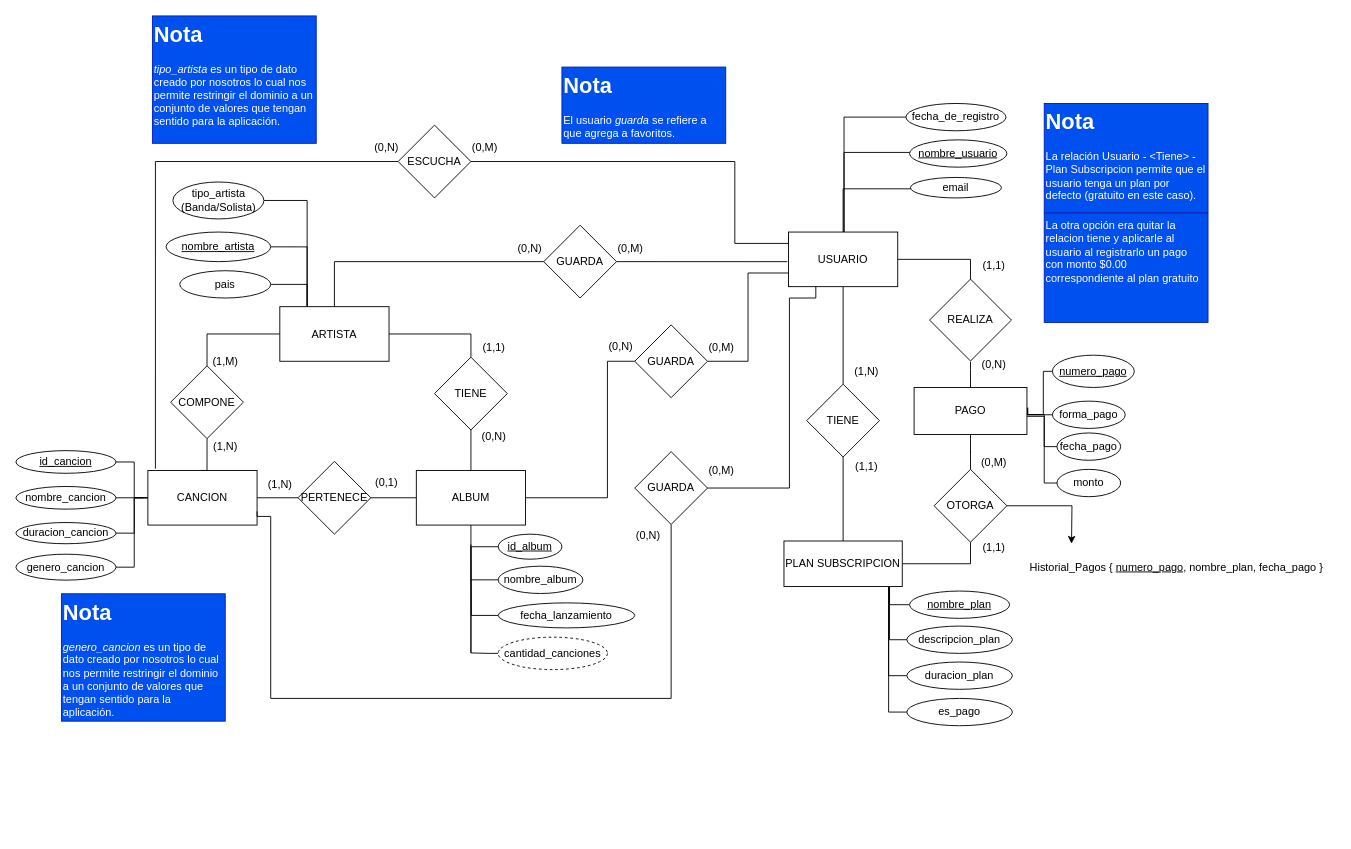
The draw.io diagram TP_Musica.drawio in NachoSco/TP_BDD, before the edit. Source tidied: cells renumbered, new cells numbered last; positions are measured from the earlier drawing's top-left corner, leaving out a move shared by most shapes. Both pictures are drawn from the tidied source at 91%, with x=0, y=0 at pixel (15, 15).
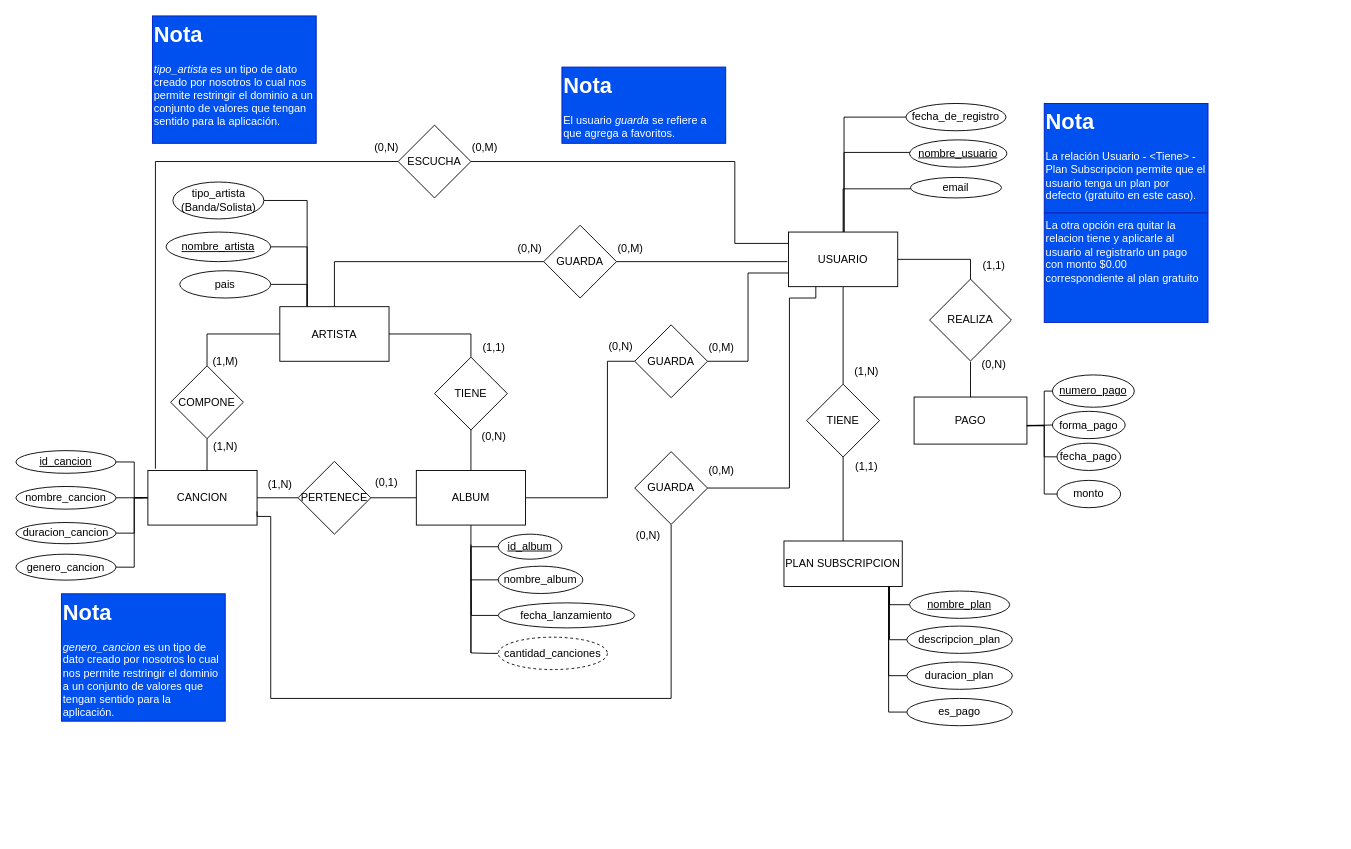
The same page after the edit.

Commit message:
Actualizado DER

The change refers to these unchanged cells:
```xml
<mxCell id="19" value="PLAN SUBSCRIPCION" style="rounded=0;whiteSpace=wrap;html=1;" parent="1" vertex="1">
  <mxGeometry x="844" y="577" width="130" height="50" as="geometry" />
</mxCell>
```

The edit, as a diff of the source:
```diff
@@
-    <mxCell id="14" style="edgeStyle=orthogonalEdgeStyle;rounded=0;jettySize=auto;html=1;entryX=0.5;entryY=1;entryDx=0;entryDy=0;endArrow=none;startFill=0;" parent="1" edge="1" source="19" target="58">
-      <mxGeometry relative="1" as="geometry" />
-    </mxCell>
@@
     <mxCell id="20" style="edgeStyle=orthogonalEdgeStyle;rounded=0;jettySize=auto;html=1;entryX=0;entryY=0.5;entryDx=0;entryDy=0;endArrow=none;startFill=0;" parent="1" edge="1" target="28">
       <mxGeometry relative="1" as="geometry">
         <mxPoint x="1109" y="438.2" as="sourcePoint" />
         <Array as="points">
-          <mxPoint x="1129" y="438.3" />
-          <mxPoint x="1129" y="390.3" />
-          <mxPoint x="1139" y="390.3" />
+          <mxPoint x="1109" y="450" />
+          <mxPoint x="1130" y="450" />
+          <mxPoint x="1130" y="412" />
+          <mxPoint x="1139" y="412" />
         </Array>
       </mxGeometry>
     </mxCell>
@@
     <mxCell id="22" style="edgeStyle=orthogonalEdgeStyle;rounded=0;jettySize=auto;html=1;entryX=0;entryY=0.5;entryDx=0;entryDy=0;endArrow=none;startFill=0;" parent="1" edge="1" source="23" target="107">
       <mxGeometry relative="1" as="geometry">
         <Array as="points">
-          <mxPoint x="1130" y="440" />
-          <mxPoint x="1130" y="513" />
+          <mxPoint x="1130" y="450" />
+          <mxPoint x="1130" y="525" />
+          <mxPoint x="1144" y="525" />
         </Array>
       </mxGeometry>
     </mxCell>
     <mxCell id="23" value="PAGO" style="rounded=0;whiteSpace=wrap;html=1;" parent="1" vertex="1">
-      <mxGeometry x="987" y="408.3" width="124" height="51.7" as="geometry" />
+      <mxGeometry x="987" y="418.8" width="124" height="51.7" as="geometry" />
     </mxCell>
@@
     <mxCell id="28" value="&lt;u&gt;numero_pago&lt;/u&gt;" style="ellipse;whiteSpace=wrap;html=1;" parent="1" vertex="1">
-      <mxGeometry x="1139" y="372.8" width="90" height="35.5" as="geometry" />
+      <mxGeometry x="1139" y="394.5" width="90" height="35.5" as="geometry" />
     </mxCell>
     <mxCell id="29" value="forma_pago" style="ellipse;whiteSpace=wrap;html=1;" parent="1" vertex="1">
-      <mxGeometry x="1139" y="423.3" width="80" height="30" as="geometry" />
+      <mxGeometry x="1139" y="434.5" width="80" height="30" as="geometry" />
     </mxCell>
@@
-    <mxCell id="56" style="edgeStyle=orthogonalEdgeStyle;rounded=0;jettySize=auto;html=1;entryX=0.5;entryY=1;entryDx=0;entryDy=0;endArrow=none;startFill=0;" parent="1" edge="1" source="58" target="23">
-      <mxGeometry relative="1" as="geometry" />
-    </mxCell>
-    <mxCell id="57" style="edgeStyle=orthogonalEdgeStyle;rounded=0;jettySize=auto;html=1;" parent="1" edge="1" source="58">
-      <mxGeometry relative="1" as="geometry">
-        <mxPoint x="1160" y="580" as="targetPoint" />
-      </mxGeometry>
-    </mxCell>
-    <mxCell id="58" value="OTORGA" style="rhombus;whiteSpace=wrap;html=1;" parent="1" vertex="1">
-      <mxGeometry x="1009" y="498.3" width="80" height="80" as="geometry" />
-    </mxCell>
-    <mxCell id="59" style="edgeStyle=orthogonalEdgeStyle;rounded=0;jettySize=auto;html=1;exitX=0;exitY=0.5;exitDx=0;exitDy=0;entryX=1.007;entryY=0.425;entryDx=0;entryDy=0;entryPerimeter=0;endArrow=none;startFill=0;" parent="1" edge="1" source="29" target="23">
-      <mxGeometry relative="1" as="geometry" />
+    <mxCell id="59" style="edgeStyle=orthogonalEdgeStyle;rounded=0;jettySize=auto;html=1;exitX=0;exitY=0.5;exitDx=0;exitDy=0;entryX=0.998;entryY=0.61;entryDx=0;entryDy=0;entryPerimeter=0;endArrow=none;startFill=0;" parent="1" edge="1" source="29" target="23">
+      <mxGeometry relative="1" as="geometry">
+        <Array as="points">
+          <mxPoint x="1139" y="450" />
+          <mxPoint x="1112" y="450" />
+        </Array>
+      </mxGeometry>
     </mxCell>
     <mxCell id="60" value="fecha_pago" style="ellipse;whiteSpace=wrap;html=1;" parent="1" vertex="1">
-      <mxGeometry x="1144" y="458.3" width="70" height="30" as="geometry" />
+      <mxGeometry x="1144" y="469.5" width="70" height="30" as="geometry" />
     </mxCell>
-    <mxCell id="61" style="edgeStyle=orthogonalEdgeStyle;rounded=0;jettySize=auto;html=1;exitX=0;exitY=0.5;exitDx=0;exitDy=0;endArrow=none;startFill=0;entryX=1.006;entryY=0.44;entryDx=0;entryDy=0;entryPerimeter=0;" parent="1" edge="1" source="60" target="23">
+    <mxCell id="61" style="edgeStyle=orthogonalEdgeStyle;rounded=0;jettySize=auto;html=1;exitX=0;exitY=0.5;exitDx=0;exitDy=0;endArrow=none;startFill=0;entryX=0.999;entryY=0.612;entryDx=0;entryDy=0;entryPerimeter=0;" parent="1" edge="1" source="60" target="23">
       <mxGeometry relative="1" as="geometry">
         <Array as="points">
           <mxPoint x="1130" y="473" />
-          <mxPoint x="1130" y="438" />
-          <mxPoint x="1112" y="438" />
+          <mxPoint x="1130" y="450" />
+          <mxPoint x="1112" y="450" />
         </Array>
       </mxGeometry>
     </mxCell>
@@
-    <mxCell id="95" value="(1,1)" style="text;html=1;align=center;verticalAlign=middle;whiteSpace=wrap;rounded=0;" parent="1" vertex="1">
-      <mxGeometry x="1050" y="570.8" width="50" height="28.7" as="geometry" />
-    </mxCell>
-    <mxCell id="96" value="(0,M)" style="text;html=1;align=center;verticalAlign=middle;whiteSpace=wrap;rounded=0;" parent="1" vertex="1">
-      <mxGeometry x="1050" y="476.4" width="50" height="28.7" as="geometry" />
-    </mxCell>
@@
     <mxCell id="107" value="monto" style="ellipse;whiteSpace=wrap;html=1;" parent="1" vertex="1">
-      <mxGeometry x="1144" y="498.3" width="70" height="30" as="geometry" />
+      <mxGeometry x="1144" y="510.4" width="70" height="30" as="geometry" />
     </mxCell>
@@
-    <mxCell id="110" value="Historial_Pagos { &lt;u&gt;numero_pago&lt;/u&gt;, nombre_plan, fecha_pago }" style="text;html=1;align=center;verticalAlign=middle;strokeColor=none;fillColor=none;" parent="1" vertex="1">
-      <mxGeometry x="1100" y="590.8" width="350" height="30" as="geometry" />
-    </mxCell>
```
